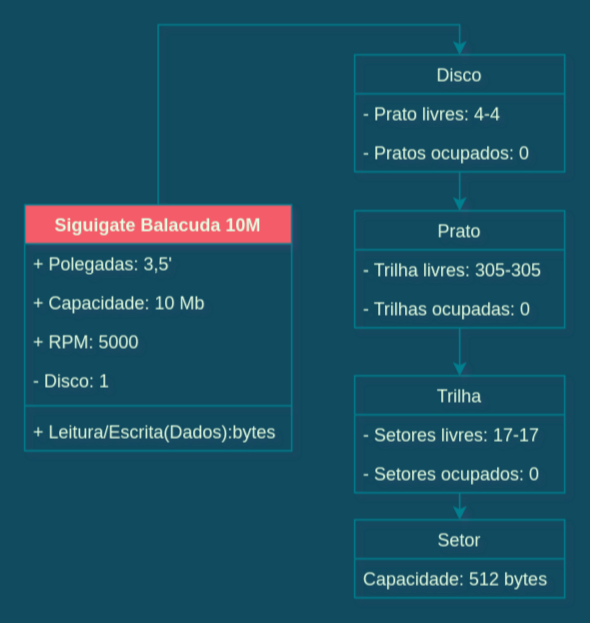
LordOfHell27/iesb keeps this draw.io diagram as Storage.drawio. Above is the earlier version. Source tidied: cells renumbered, new cells numbered last; positions are measured from the earlier drawing's top-left corner, leaving out a move shared by most shapes. Both pictures are drawn from the tidied source at 150%, with x=0, y=0 at pixel (24, 54).
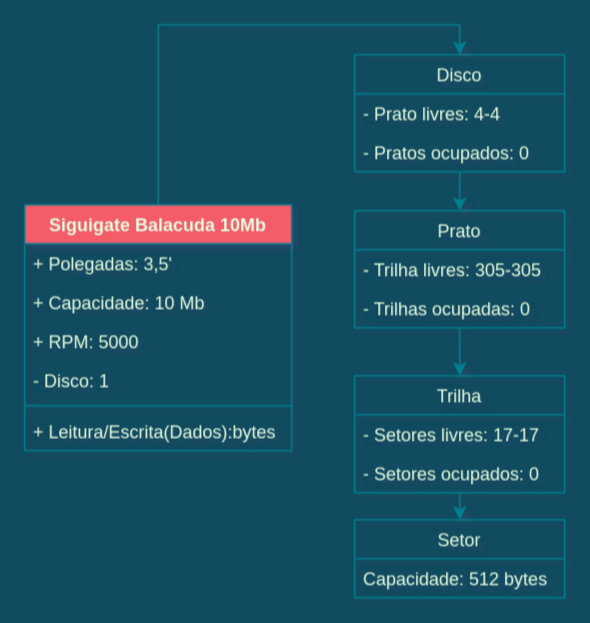
After the change.

What changed in the source:
```diff
@@
-    <mxCell id="17" value="Siguigate Balacuda 10M" style="swimlane;fontStyle=1;align=center;verticalAlign=top;horizontal=1;startSize=26;fillColor=#F45B69;strokeColor=#028090;fontColor=#E4FDE1;" parent="1" vertex="1">
+    <mxCell id="17" value="Siguigate Balacuda 10Mb" style="swimlane;fontStyle=1;align=center;verticalAlign=top;horizontal=1;startSize=26;fillColor=#F45B69;strokeColor=#028090;fontColor=#E4FDE1;" parent="1" vertex="1">
       <mxGeometry y="100" width="178" height="164" as="geometry" />
     </mxCell>
```
